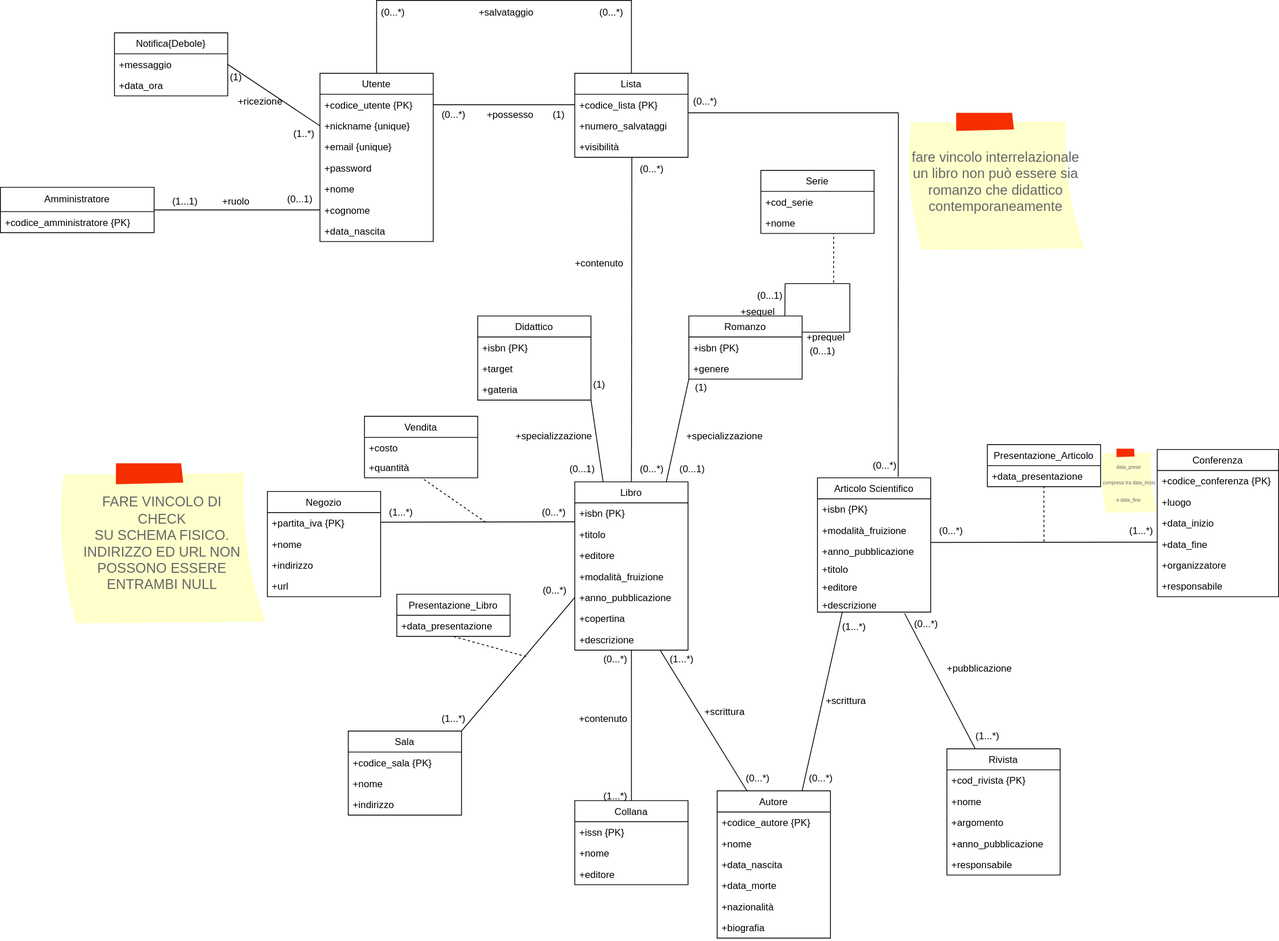
This is Modello_Concettuale_Ristrutturato.drawio.svg from m3tt0/Progetto_OB_BASI, a draw.io export, as it was before one commit. Source tidied: cells renumbered, new cells last; positions are measured from the earlier drawing's top-left corner, leaving out a move shared by most shapes.
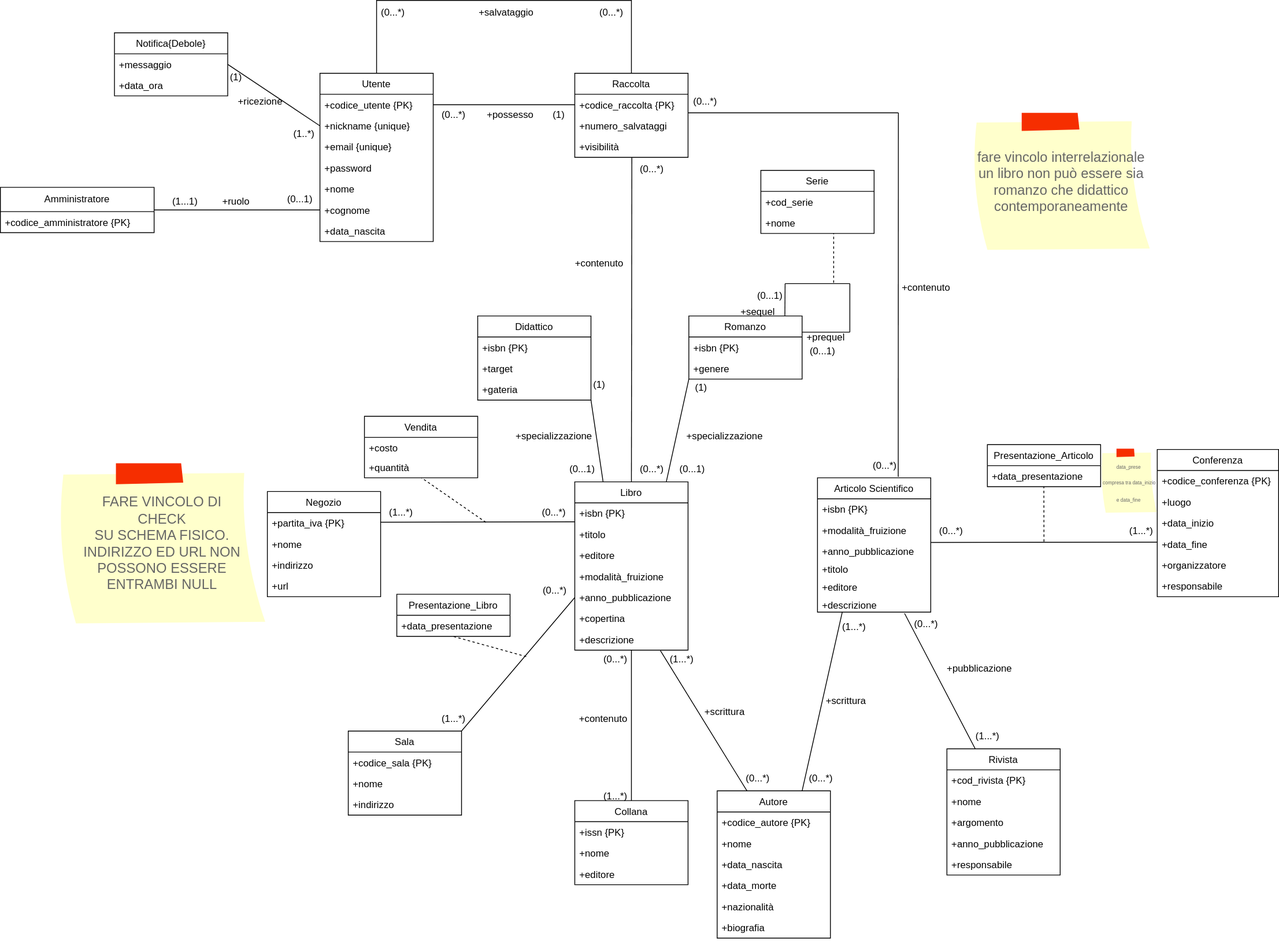
The same file after the commit.

The edit, as a diff of the source:
```diff
@@ -330,7 +330,7 @@
       <mxGeometry x="835" y="524" width="120" height="30" as="geometry" />
     </mxCell>
     <mxCell id="106" value="fare vincolo interrelazionale&lt;br&gt;un libro non può essere sia romanzo che didattico contemporaneamente" style="strokeWidth=1;shadow=0;dashed=0;align=center;html=1;shape=mxgraph.mockup.text.stickyNote2;fontColor=#666666;mainText=;fontSize=17;whiteSpace=wrap;fillColor=#ffffcc;strokeColor=#F62E00;" parent="1" vertex="1">
-      <mxGeometry x="1119" y="139" width="223" height="171" as="geometry" />
+      <mxGeometry x="1200" y="139" width="223" height="171" as="geometry" />
     </mxCell>
     <mxCell id="107" value="Utente" style="swimlane;fontStyle=0;horizontal=1;startSize=26;fillColor=none;" parent="1" vertex="1">
       <mxGeometry x="395" y="90" width="140" height="208" as="geometry" />
@@ -389,10 +389,10 @@
     <mxCell id="125" value="+specializzazione" style="text;html=1;align=center;verticalAlign=middle;strokeColor=none;fillColor=none;" parent="1" vertex="1">
       <mxGeometry x="624" y="524" width="120" height="30" as="geometry" />
     </mxCell>
-    <mxCell id="126" value="Lista" style="swimlane;fontStyle=0;horizontal=1;startSize=26;fillColor=none;" parent="1" vertex="1">
+    <mxCell id="126" value="Raccolta" style="swimlane;fontStyle=0;horizontal=1;startSize=26;fillColor=none;" parent="1" vertex="1">
       <mxGeometry x="710" y="90" width="140" height="104" as="geometry" />
     </mxCell>
-    <mxCell id="127" value="+codice_lista {PK}" style="text;strokeColor=none;fillColor=none;align=left;verticalAlign=top;spacingLeft=4;spacingRight=4;overflow=hidden;points=[[0,0.5],[1,0.5]];portConstraint=eastwest;fontStyle=0;" parent="126" vertex="1">
+    <mxCell id="127" value="+codice_raccolta {PK}" style="text;strokeColor=none;fillColor=none;align=left;verticalAlign=top;spacingLeft=4;spacingRight=4;overflow=hidden;points=[[0,0.5],[1,0.5]];portConstraint=eastwest;fontStyle=0;" parent="126" vertex="1">
       <mxGeometry y="26" width="140" height="26" as="geometry" />
     </mxCell>
     <mxCell id="128" value="+numero_salvataggi" style="text;strokeColor=none;fillColor=none;align=left;verticalAlign=top;spacingLeft=4;spacingRight=4;overflow=hidden;" parent="126" vertex="1">
@@ -501,5 +501,8 @@
     <mxCell id="157" value="&lt;font style=&quot;font-size: 6px;&quot;&gt;data_prese&lt;br&gt;&amp;nbsp;compresa tra data_inizio e data_fine&lt;/font&gt;" style="strokeWidth=1;shadow=0;dashed=0;align=center;html=1;shape=mxgraph.mockup.text.stickyNote2;fontColor=#666666;mainText=;fontSize=17;whiteSpace=wrap;fillColor=#ffffcc;strokeColor=#F62E00;" parent="1" vertex="1">
       <mxGeometry x="1360" y="554" width="70" height="80" as="geometry" />
     </mxCell>
+    <mxCell id="158" value="+contenuto" style="text;html=1;align=center;verticalAlign=middle;strokeColor=none;fillColor=none;rotation=0;" parent="1" vertex="1">
+      <mxGeometry x="1104" y="340" width="80" height="30" as="geometry" />
+    </mxCell>
   </root>
 </mxGraphModel>
```
